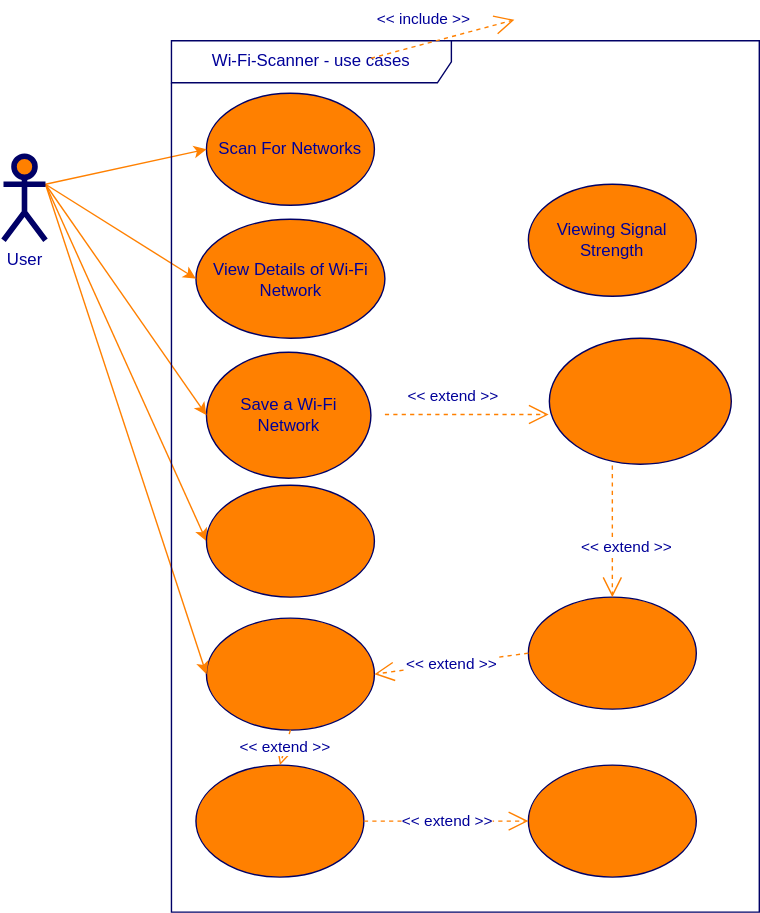
catoja1107/WifiScan keeps this draw.io diagram as Use_Case.drawio.svg. Above is the earlier version. Source tidied: cells renumbered, new cells last; positions are measured from the earlier drawing's top-left corner, leaving out a move shared by most shapes.
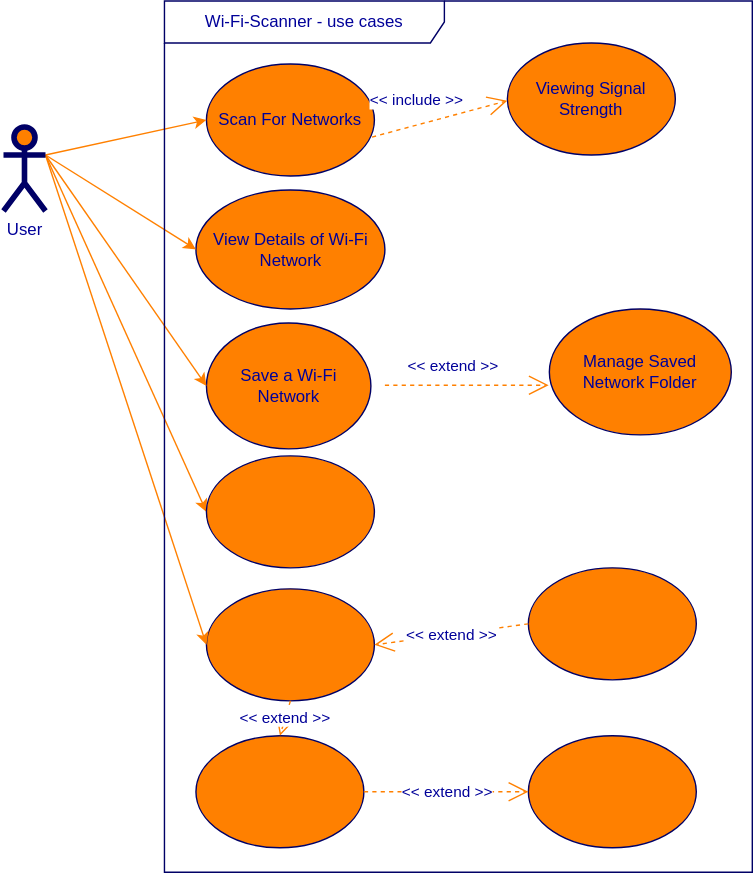
Above is the later version.

Change to the diagram source:
```diff
@@ -12,7 +12,7 @@
       <mxGeometry x="145" y="238" width="117.5" height="90" as="geometry" />
     </mxCell>
     <mxCell id="5" value="Viewing Signal Strength" style="ellipse;whiteSpace=wrap;html=1;fillColor=#FF8000;strokeColor=#000066;fontColor=#000099;" parent="1" vertex="1">
-      <mxGeometry x="375" y="118" width="120" height="80" as="geometry" />
+      <mxGeometry x="360" y="38" width="120" height="80" as="geometry" />
     </mxCell>
     <mxCell id="6" style="ellipse;whiteSpace=wrap;html=1;fillColor=#FF8000;strokeColor=#000066;fontColor=#000099;" parent="1" vertex="1">
       <mxGeometry x="145" y="428" width="120" height="80" as="geometry" />
@@ -48,20 +48,15 @@
       <mxGeometry relative="1" as="geometry" />
     </mxCell>
     <mxCell id="17" value="Wi-Fi-Scanner - use cases" style="shape=umlFrame;whiteSpace=wrap;html=1;strokeWidth=1;fillColor=none;width=200;height=30;fontColor=#000099;strokeColor=#000066;" parent="1" vertex="1">
-      <mxGeometry x="120" y="15.5" width="420" height="622.5" as="geometry" />
+      <mxGeometry x="115" y="8" width="420" height="622.5" as="geometry" />
     </mxCell>
-    <mxCell id="18" value="&amp;lt;&amp;lt; extend &amp;gt;&amp;gt;" style="endArrow=open;endSize=12;dashed=1;html=1;exitX=0.5;exitY=1;entryX=0.5;entryY=0;fontColor=#000099;strokeColor=#FF8000;" parent="1" edge="1" target="8">
-      <mxGeometry x="0.27" y="10" relative="1" as="geometry">
-        <mxPoint x="435" y="313" as="sourcePoint" />
-      </mxGeometry>
-    </mxCell>
     <mxCell id="19" style="ellipse;whiteSpace=wrap;html=1;fillColor=#FF8000;strokeColor=#000066;fontColor=#000099;" parent="1" vertex="1">
       <mxGeometry x="145" y="333" width="120" height="80" as="geometry" />
     </mxCell>
     <mxCell id="20" value="&amp;lt;&amp;lt; include &amp;gt;&amp;gt;" style="endArrow=open;endSize=12;dashed=1;html=1;exitX=1;exitY=0.5;entryX=0;entryY=0.5;fontColor=#000099;strokeColor=#FF8000;" parent="1" edge="1">
       <mxGeometry x="-0.18" y="17" relative="1" as="geometry">
-        <mxPoint x="262.5" y="28" as="sourcePoint" />
-        <mxPoint x="365" y="0.5" as="targetPoint" />
+        <mxPoint x="257.5" y="106.8" as="sourcePoint" />
+        <mxPoint x="360" y="79.2" as="targetPoint" />
       </mxGeometry>
     </mxCell>
     <mxCell id="21" value="&amp;lt;&amp;lt; extend &amp;gt;&amp;gt;" style="endArrow=open;endSize=12;dashed=1;html=1;exitX=1;exitY=0.5;entryX=0;entryY=0.5;fontColor=#000099;strokeColor=#FF8000;" parent="1" edge="1" source="7" target="9">
@@ -70,7 +65,7 @@
     <mxCell id="22" value="&amp;lt;&amp;lt; extend &amp;gt;&amp;gt;" style="endArrow=open;endSize=12;dashed=1;html=1;exitX=0.5;exitY=1;entryX=0.5;entryY=0;fontColor=#000099;strokeColor=#FF8000;" parent="1" edge="1" source="6" target="7">
       <mxGeometry relative="1" as="geometry" />
     </mxCell>
-    <mxCell id="23" style="ellipse;whiteSpace=wrap;html=1;fillColor=#FF8000;strokeColor=#000066;fontColor=#000099;" parent="1" vertex="1">
+    <mxCell id="23" value="Manage Saved Network Folder" style="ellipse;whiteSpace=wrap;html=1;fillColor=#FF8000;strokeColor=#000066;fontColor=#000099;" parent="1" vertex="1">
       <mxGeometry x="390" y="228" width="130" height="90" as="geometry" />
     </mxCell>
     <mxCell id="24" value="&amp;lt;&amp;lt; extend &amp;gt;&amp;gt;" style="endArrow=open;endSize=12;dashed=1;html=1;exitX=1;exitY=0.5;entryX=0;entryY=0.5;fontColor=#000099;strokeColor=#FF8000;" parent="1" edge="1">
```
